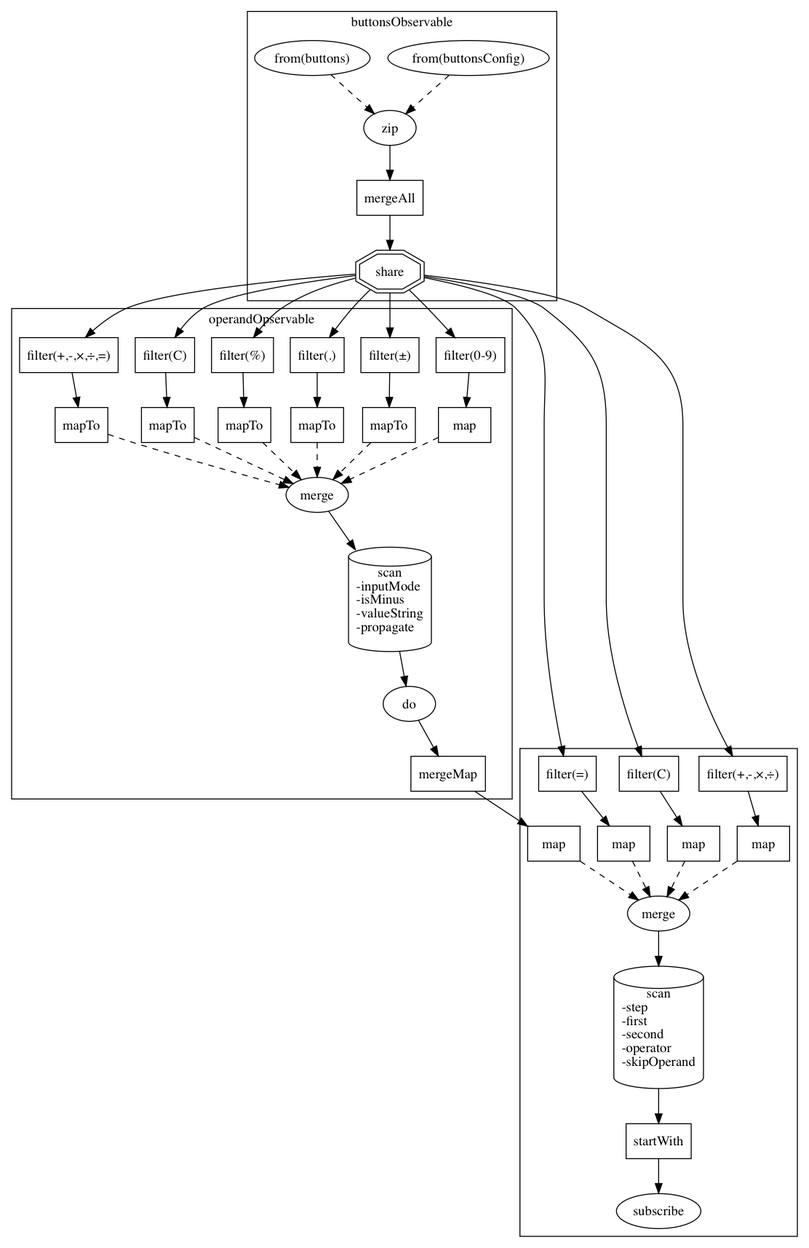
This is docs/src-reactive-calculator/graphviz/calculator.png from thatseeyou/jspm-typescript-examples, a Graphviz export, as it was before one commit. Its source is kept beside it as docs/src-reactive-calculator/graphviz/calculator.dot. Source of this version:
```dot
digraph calculator {
    node [shape=box]

    subgraph cluster_buttonsObservable {
        label="buttonsObservable"
        ordering=in

        "buttonsObservable.buttonsOb" [label="from(buttons)" shape="oval"]
        "buttonsObservable.buttonsConfigOb" [label="from(buttonsConfig)" shape="oval"]

        "buttonsObservable.zip" [label="zip" shape="oval"]
        "buttonsObservable.mergeAll" [label="mergeAll" shape="box"]
        "buttonsObservable" [label="share" shape="doubleoctagon"]

        {"buttonsObservable.buttonsOb", "buttonsObservable.buttonsConfigOb"} -> "buttonsObservable.zip" [style=dashed]
        "buttonsObservable.zip" -> "buttonsObservable.mergeAll"
        "buttonsObservable.mergeAll" -> "buttonsObservable"
    }

    subgraph cluster_operandObservable {
        label="operandOpservable"
        ordering=in

        subgraph resetFnOb {
            "resetFnOb.filter" [label="filter(+,-,×,÷,=)"]
            "resetFnOb" [label="mapTo"]

            buttonsObservable -> "resetFnOb.filter"
            "resetFnOb.filter" -> resetFnOb
        }

        subgraph clearFnOb {
            "clearFnOb.filter" [label="filter(C)"]
            clearFnOb [label="mapTo"]

            buttonsObservable -> "clearFnOb.filter"
            "clearFnOb.filter" -> clearFnOb
        }

        subgraph percentFnOb {
            "percentFnOb.filter" [label="filter(%)"]
            percentFnOb [label="mapTo"]

            buttonsObservable -> "percentFnOb.filter"
            "percentFnOb.filter" -> percentFnOb
        }

        subgraph pointFnOb {
            "pointFnOb.filter" [label="filter(.)"]
            pointFnOb [label="mapTo"]

            buttonsObservable -> "pointFnOb.filter"
            "pointFnOb.filter" -> pointFnOb
        }

        subgraph signFnOb {
            "signFnOb.filter" [label="filter(±)"]
            signFnOb [label="mapTo"]

            buttonsObservable -> "signFnOb.filter"
            "signFnOb.filter" -> signFnOb
        }

        subgraph numberFnOb {
            "numberFnOb.filter" [label="filter(0-9)"]
            numberFnOb [label="map"]

            buttonsObservable -> "numberFnOb.filter"
            "numberFnOb.filter" -> numberFnOb
        }

        "operandObservable.merge" [label="merge" shape="oval"]
        "operandObservable.scan" [label="scan\n-inputMode\l-isMinus\l-valueString\l-propagate\l" shape=cylinder]
        "operandObservable.do" [label="do" shape="oval"]
        operandObservable [label="mergeMap"]

        {resetFnOb, clearFnOb, percentFnOb, pointFnOb, signFnOb, numberFnOb}
        -> "operandObservable.merge" [style=dashed]
        "operandObservable.merge"->"operandObservable.scan"
        "operandObservable.scan"->"operandObservable.do"
        "operandObservable.do"->operandObservable
    }

    subgraph cluster_subscribe {
        ordering=in

        subgraph operand {
            operand [label="map"]

            operandObservable -> operand
        }

        subgraph enter {
            "enter.filter" [label="filter(=)"]
            enter [label="map"]

            buttonsObservable -> "enter.filter" -> enter
        }

        subgraph clear {
            "clear.filter" [label="filter(C)"]
            clear [label="map"]

            buttonsObservable -> "clear.filter" -> clear
        }

        subgraph operator {
            "operator.filter" [label="filter(+,-,×,÷)"]
            operator [label="map"]

            buttonsObservable -> "operator.filter" -> operator
        }

        "subscribe.scan" [label="scan\n-step\l-first\l-second\l-operator\l-skipOperand\l" shape="cylinder"]
        "subscribe.merge" [label="merge" shape="oval"]
        "subscribe.startWith" [label="startWith"]
        "subscribe.subscribe" [label="subscribe" shape="oval"]

        {clear operand enter operator}->"subscribe.merge" [style=dashed]
        "subscribe.merge"->"subscribe.scan"->"subscribe.startWith"->"subscribe.subscribe"
    }
}
```
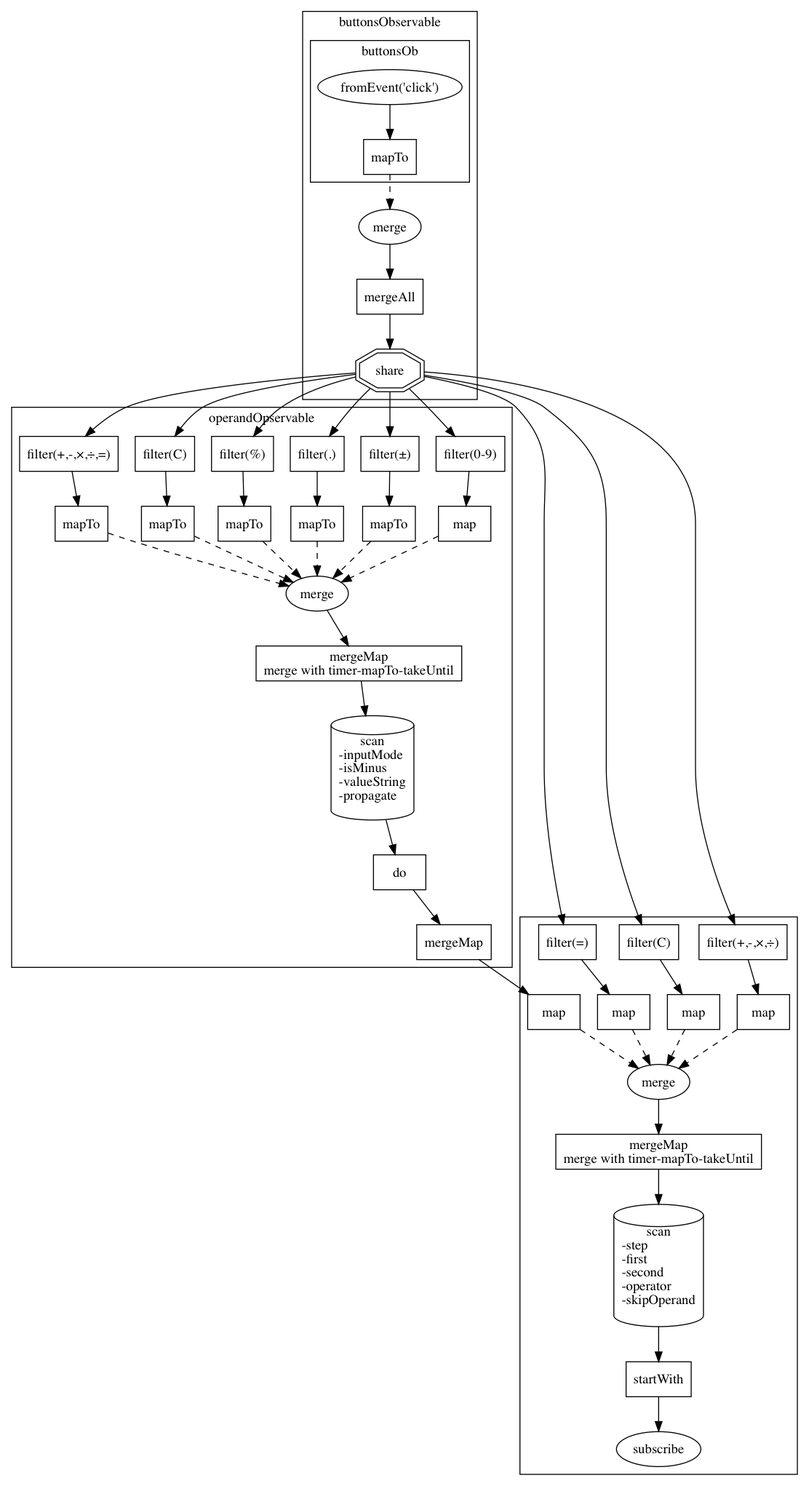
Later version of the same file.

Diff of the diagram source:
```diff
@@ -5,15 +5,21 @@
         label="buttonsObservable"
         ordering=in
 
-        "buttonsObservable.buttonsOb" [label="from(buttons)" shape="oval"]
-        "buttonsObservable.buttonsConfigOb" [label="from(buttonsConfig)" shape="oval"]
+        subgraph cluster_buttonObservables {
+            label="buttonsOb"
 
-        "buttonsObservable.zip" [label="zip" shape="oval"]
-        "buttonsObservable.mergeAll" [label="mergeAll" shape="box"]
+            "buttonObservables.fromEvent" [label="fromEvent('click')" shape="oval"]
+            "buttonObservables.mapTo" [label="mapTo"]
+
+            "buttonObservables.fromEvent" -> "buttonObservables.mapTo"
+        }
+
+        "buttonsObservable.merge" [label="merge" shape="oval"]
+        "buttonsObservable.mergeAll" [label="mergeAll"]
         "buttonsObservable" [label="share" shape="doubleoctagon"]
 
-        {"buttonsObservable.buttonsOb", "buttonsObservable.buttonsConfigOb"} -> "buttonsObservable.zip" [style=dashed]
-        "buttonsObservable.zip" -> "buttonsObservable.mergeAll"
+        "buttonObservables.mapTo" -> "buttonsObservable.merge" [style=dashed]
+        "buttonsObservable.merge" -> "buttonsObservable.mergeAll"
         "buttonsObservable.mergeAll" -> "buttonsObservable"
     }
 
@@ -70,13 +76,15 @@
         }
 
         "operandObservable.merge" [label="merge" shape="oval"]
+        "operandObservable.mergeMap" [label="mergeMap\nmerge with timer-mapTo-takeUntil"]
         "operandObservable.scan" [label="scan\n-inputMode\l-isMinus\l-valueString\l-propagate\l" shape=cylinder]
-        "operandObservable.do" [label="do" shape="oval"]
+        "operandObservable.do" [label="do"]
         operandObservable [label="mergeMap"]
 
         {resetFnOb, clearFnOb, percentFnOb, pointFnOb, signFnOb, numberFnOb}
         -> "operandObservable.merge" [style=dashed]
-        "operandObservable.merge"->"operandObservable.scan"
+        "operandObservable.merge"->"operandObservable.mergeMap"
+        "operandObservable.mergeMap"->"operandObservable.scan"
         "operandObservable.scan"->"operandObservable.do"
         "operandObservable.do"->operandObservable
     }
@@ -113,10 +121,11 @@
 
         "subscribe.scan" [label="scan\n-step\l-first\l-second\l-operator\l-skipOperand\l" shape="cylinder"]
         "subscribe.merge" [label="merge" shape="oval"]
+        "subscribe.mergeMap" [label="mergeMap\nmerge with timer-mapTo-takeUntil"]
         "subscribe.startWith" [label="startWith"]
         "subscribe.subscribe" [label="subscribe" shape="oval"]
 
         {clear operand enter operator}->"subscribe.merge" [style=dashed]
-        "subscribe.merge"->"subscribe.scan"->"subscribe.startWith"->"subscribe.subscribe"
+        "subscribe.merge"->"subscribe.mergeMap"->"subscribe.scan"->"subscribe.startWith"->"subscribe.subscribe"
     }
 }
```
